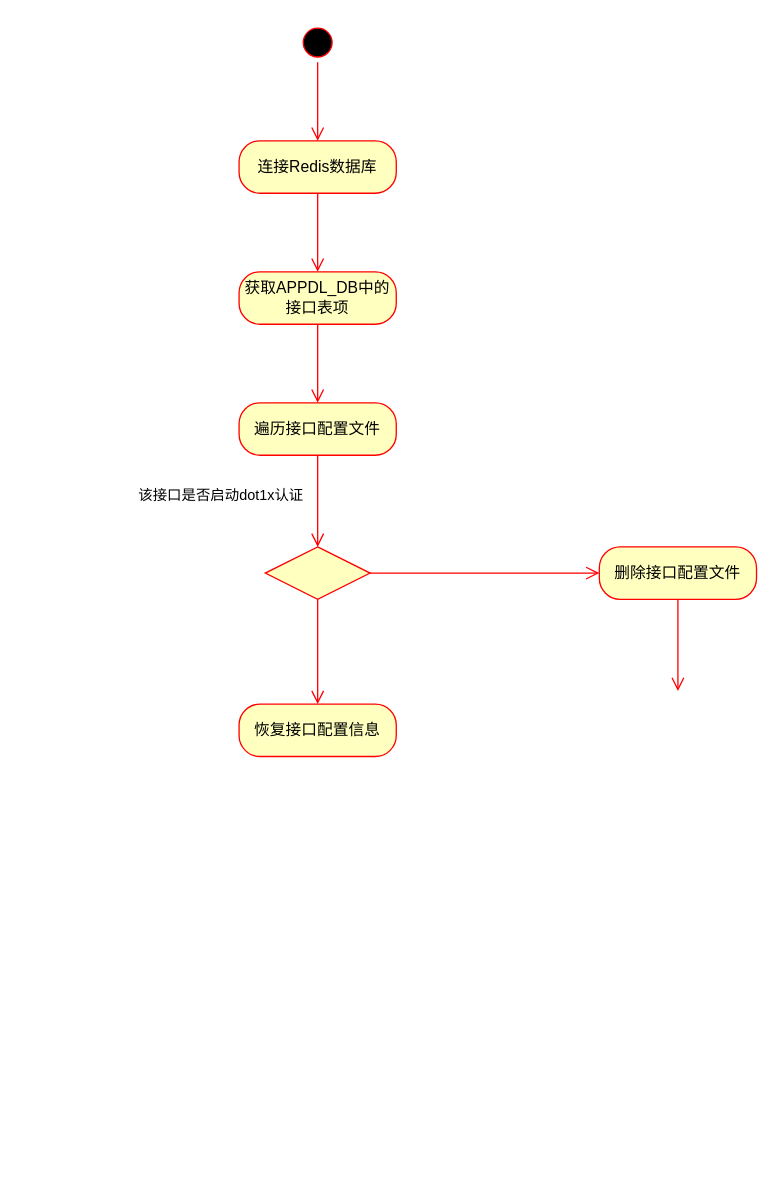
PATORITU/PATORITU keeps this draw.io diagram as 数据恢复活动图.drawio. Above is the earlier version. Source tidied: cells renumbered, new cells numbered last; positions are measured from the earlier drawing's top-left corner, leaving out a move shared by most shapes. Both pictures are drawn from the tidied source at 131%, with x=0, y=0 at pixel (238, 22).
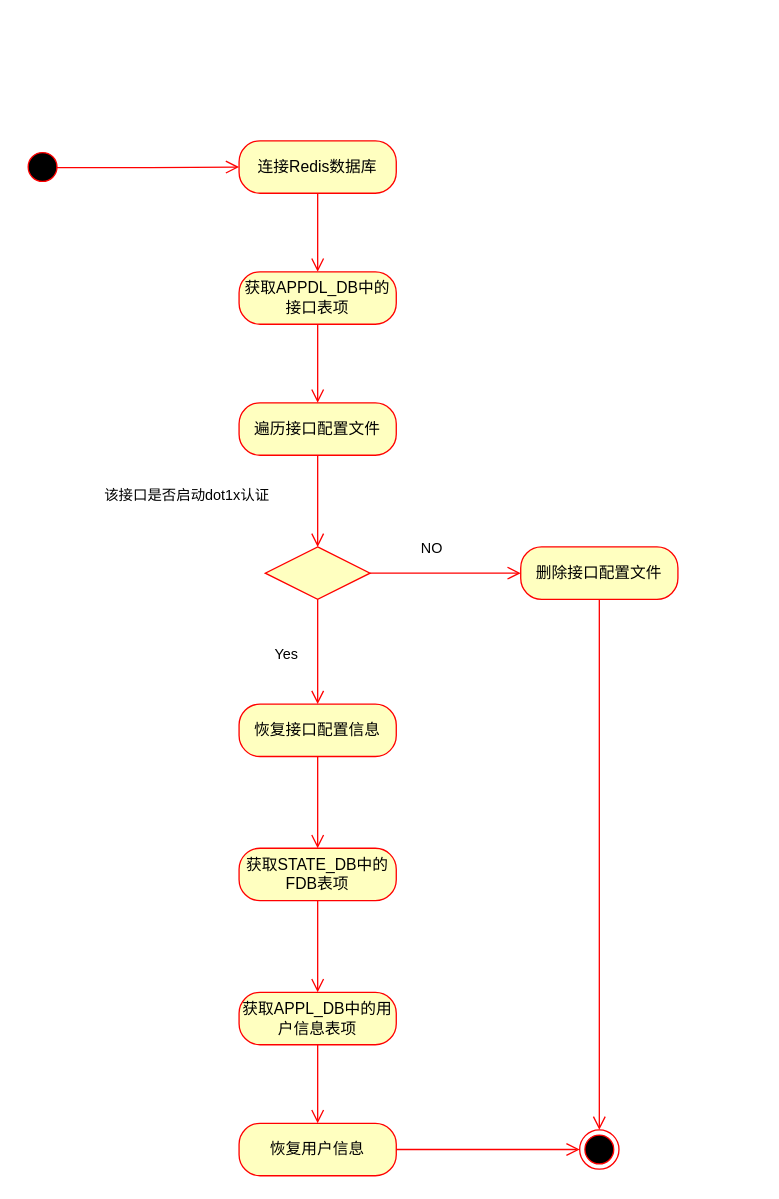
The same page after the edit.

Commit message (it also covers changes not shown here):
更新数据恢复活动图.drawio

The change refers to these unchanged cells:
```xml
<mxCell id="4" value="连接Redis数据库" style="rounded=1;whiteSpace=wrap;html=1;arcSize=40;fontColor=#000000;fillColor=#ffffc0;strokeColor=#ff0000;" parent="1" vertex="1">
  <mxGeometry y="90" width="120" height="40" as="geometry" />
</mxCell>
<mxCell id="10" style="rhombus;whiteSpace=wrap;html=1;fontColor=#000000;fillColor=#ffffc0;strokeColor=#ff0000;" parent="1" vertex="1">
  <mxGeometry x="20" y="400" width="80" height="40" as="geometry" />
</mxCell>
<mxCell id="11" value="恢复接口配置信息" style="rounded=1;whiteSpace=wrap;html=1;arcSize=40;fontColor=#000000;fillColor=#ffffc0;strokeColor=#ff0000;" parent="1" vertex="1">
  <mxGeometry y="520" width="120" height="40" as="geometry" />
</mxCell>
<mxCell id="14" style="edgeStyle=orthogonalEdgeStyle;html=1;verticalAlign=bottom;endArrow=open;endSize=8;strokeColor=#ff0000;rounded=0;exitX=1;exitY=0.5;exitDx=0;exitDy=0;" parent="1" edge="1" source="10" target="12">
  <mxGeometry relative="1" as="geometry" />
</mxCell>
```

Diff of the diagram source:
```diff
@@
     <mxCell id="2" style="ellipse;html=1;shape=startState;fillColor=#000000;strokeColor=#ff0000;" parent="1" vertex="1">
-      <mxGeometry x="45" width="30" height="30" as="geometry" />
+      <mxGeometry x="-165" y="95" width="30" height="30" as="geometry" />
     </mxCell>
-    <mxCell id="3" style="edgeStyle=orthogonalEdgeStyle;html=1;verticalAlign=bottom;endArrow=open;endSize=8;strokeColor=#ff0000;rounded=0;" parent="1" edge="1" source="2">
-      <mxGeometry relative="1" as="geometry">
-        <mxPoint x="60" y="90" as="targetPoint" />
-      </mxGeometry>
+    <mxCell id="3" style="edgeStyle=orthogonalEdgeStyle;html=1;verticalAlign=bottom;endArrow=open;endSize=8;strokeColor=#ff0000;rounded=0;entryX=0;entryY=0.5;entryDx=0;entryDy=0;exitX=0.858;exitY=0.514;exitDx=0;exitDy=0;exitPerimeter=0;" parent="1" edge="1" source="2" target="4">
+      <mxGeometry relative="1" as="geometry" />
     </mxCell>
@@
     <mxCell id="12" value="删除接口配置文件" style="rounded=1;whiteSpace=wrap;html=1;arcSize=40;fontColor=#000000;fillColor=#ffffc0;strokeColor=#ff0000;" parent="1" vertex="1">
-      <mxGeometry x="275" y="400" width="120" height="40" as="geometry" />
+      <mxGeometry x="215" y="400" width="120" height="40" as="geometry" />
     </mxCell>
-    <mxCell id="13" style="edgeStyle=orthogonalEdgeStyle;html=1;verticalAlign=bottom;endArrow=open;endSize=8;strokeColor=#ff0000;rounded=0;" parent="1" edge="1" source="12">
-      <mxGeometry relative="1" as="geometry">
-        <mxPoint x="335" y="510" as="targetPoint" />
-      </mxGeometry>
+    <mxCell id="13" style="edgeStyle=orthogonalEdgeStyle;html=1;verticalAlign=bottom;endArrow=open;endSize=8;strokeColor=#ff0000;rounded=0;entryX=0.5;entryY=0;entryDx=0;entryDy=0;" parent="1" edge="1" source="12" target="24">
+      <mxGeometry relative="1" as="geometry" />
     </mxCell>
@@
+    <mxCell id="17" value="NO" style="edgeLabel;html=1;align=center;verticalAlign=middle;" parent="14" vertex="1">
+      <mxGeometry x="-0.04" relative="1" as="geometry">
+        <mxPoint x="-9" y="-20" as="offset" />
+      </mxGeometry>
+    </mxCell>
     <mxCell id="16" style="edgeStyle=orthogonalEdgeStyle;html=1;verticalAlign=bottom;endArrow=open;endSize=8;strokeColor=#ff0000;rounded=0;exitX=0.5;exitY=1;exitDx=0;exitDy=0;entryX=0.5;entryY=0;entryDx=0;entryDy=0;" parent="1" edge="1" source="10" target="11">
-      <mxGeometry relative="1" as="geometry" />
+      <mxGeometry relative="1" as="geometry">
+        <Array as="points">
+          <mxPoint x="60" y="480" />
+          <mxPoint x="60" y="480" />
+        </Array>
+      </mxGeometry>
     </mxCell>
+    <mxCell id="18" value="Yes" style="edgeLabel;html=1;align=center;verticalAlign=middle;" parent="16" vertex="1">
+      <mxGeometry x="0.02" y="4" relative="1" as="geometry">
+        <mxPoint x="-29" as="offset" />
+      </mxGeometry>
+    </mxCell>
+    <mxCell id="19" value="获取STATE_DB中的FDB表项" style="rounded=1;whiteSpace=wrap;html=1;arcSize=40;fontColor=#000000;fillColor=#ffffc0;strokeColor=#ff0000;" parent="1" vertex="1">
+      <mxGeometry y="630" width="120" height="40" as="geometry" />
+    </mxCell>
+    <mxCell id="20" style="edgeStyle=orthogonalEdgeStyle;html=1;verticalAlign=bottom;endArrow=open;endSize=8;strokeColor=#ff0000;rounded=0;" parent="1" edge="1" source="19">
+      <mxGeometry relative="1" as="geometry">
+        <mxPoint x="60" y="740" as="targetPoint" />
+        <Array as="points">
+          <mxPoint x="60" y="720" />
+          <mxPoint x="60" y="720" />
+        </Array>
+      </mxGeometry>
+    </mxCell>
+    <mxCell id="21" style="edgeStyle=orthogonalEdgeStyle;html=1;verticalAlign=bottom;endArrow=open;endSize=8;strokeColor=#ff0000;rounded=0;exitX=0.5;exitY=1;exitDx=0;exitDy=0;entryX=0.5;entryY=0;entryDx=0;entryDy=0;" parent="1" edge="1" source="11" target="19">
+      <mxGeometry relative="1" as="geometry">
+        <Array as="points">
+          <mxPoint x="60" y="620" />
+          <mxPoint x="60" y="620" />
+        </Array>
+      </mxGeometry>
+    </mxCell>
+    <mxCell id="22" value="获取APPL_DB中的用户信息表项" style="rounded=1;whiteSpace=wrap;html=1;arcSize=40;fontColor=#000000;fillColor=#ffffc0;strokeColor=#ff0000;" parent="1" vertex="1">
+      <mxGeometry y="740" width="120" height="40" as="geometry" />
+    </mxCell>
+    <mxCell id="23" style="edgeStyle=orthogonalEdgeStyle;html=1;verticalAlign=bottom;endArrow=open;endSize=8;strokeColor=#ff0000;rounded=0;" parent="1" edge="1" source="22">
+      <mxGeometry relative="1" as="geometry">
+        <mxPoint x="60" y="840" as="targetPoint" />
+      </mxGeometry>
+    </mxCell>
+    <mxCell id="24" style="ellipse;html=1;shape=endState;fillColor=#000000;strokeColor=#ff0000;" parent="1" vertex="1">
+      <mxGeometry x="260" y="845" width="30" height="30" as="geometry" />
+    </mxCell>
+    <mxCell id="25" value="恢复用户信息" style="rounded=1;whiteSpace=wrap;html=1;arcSize=40;fontColor=#000000;fillColor=#ffffc0;strokeColor=#ff0000;" parent="1" vertex="1">
+      <mxGeometry y="840" width="120" height="40" as="geometry" />
+    </mxCell>
+    <mxCell id="26" style="edgeStyle=orthogonalEdgeStyle;html=1;verticalAlign=bottom;endArrow=open;endSize=8;strokeColor=#ff0000;rounded=0;exitX=1;exitY=0.5;exitDx=0;exitDy=0;entryX=0;entryY=0.5;entryDx=0;entryDy=0;" parent="1" edge="1" source="25" target="24">
+      <mxGeometry relative="1" as="geometry" />
+    </mxCell>
```
